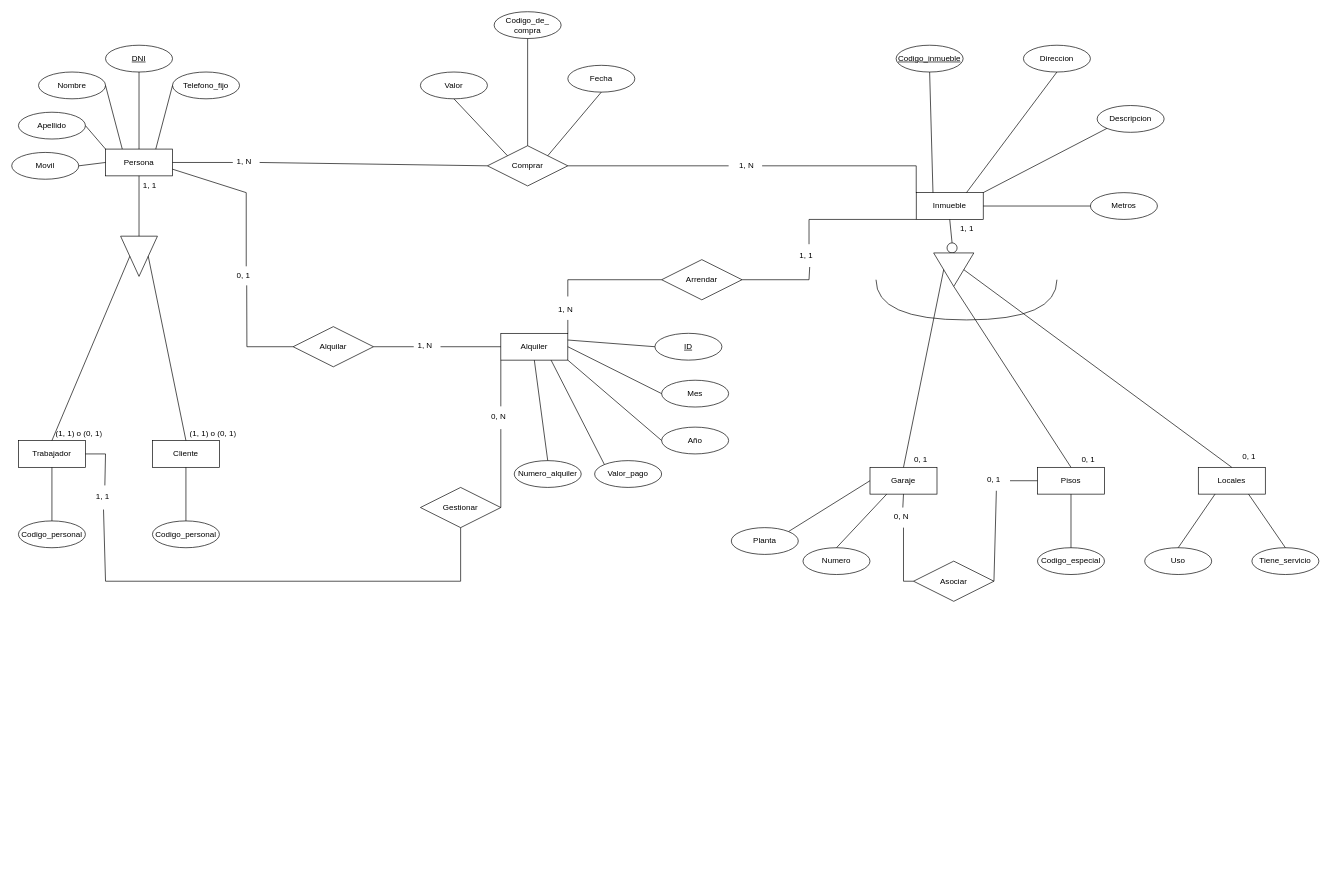
This is Actividad_18_C3_UD12.drawio from jordimall/jmg-tsys-ta12diagramasER-drawio-111023, a draw.io file, before an edit. Source tidied: cells renumbered, new cells numbered last; positions are measured from the earlier drawing's top-left corner, leaving out a move shared by most shapes. Both pictures are drawn from the tidied source at 67%, with x=0, y=0 at pixel (11, 11).
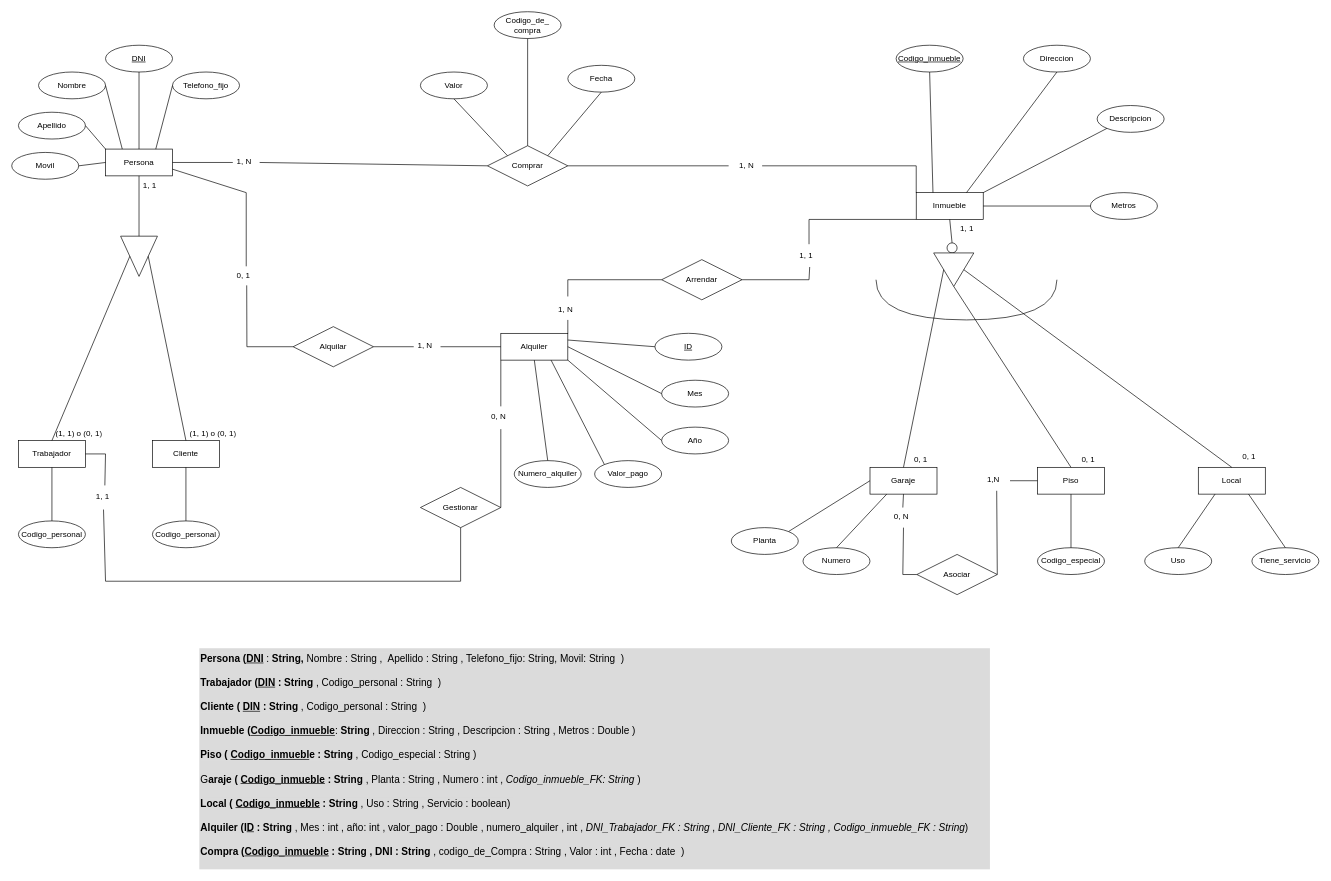
The same diagram, later.

Commit message:
Se añade modelo relacional.drawio

The change refers to these unchanged cells:
```xml
<mxCell id="100" value="0, N" style="text;strokeColor=none;fillColor=none;spacingLeft=4;spacingRight=4;overflow=hidden;points=[[0,0.5],[1,0.5]];portConstraint=eastwest;fontSize=12;whiteSpace=wrap;html=1;" parent="1" vertex="1">
  <mxGeometry x="1311" y="740" width="40" height="30" as="geometry" />
</mxCell>
```

Change to the diagram source:
```diff
@@
-    <mxCell id="3" value="Pisos" style="whiteSpace=wrap;html=1;align=center;" parent="1" vertex="1">
+    <mxCell id="3" value="Piso" style="whiteSpace=wrap;html=1;align=center;" parent="1" vertex="1">
       <mxGeometry x="1531" y="680" width="100" height="40" as="geometry" />
     </mxCell>
-    <mxCell id="4" value="Locales" style="whiteSpace=wrap;html=1;align=center;" parent="1" vertex="1">
+    <mxCell id="4" value="Local" style="whiteSpace=wrap;html=1;align=center;" parent="1" vertex="1">
       <mxGeometry x="1771" y="680" width="100" height="40" as="geometry" />
     </mxCell>
@@
     <mxCell id="97" value="Asociar" style="shape=rhombus;perimeter=rhombusPerimeter;whiteSpace=wrap;html=1;align=center;" parent="1" vertex="1">
-      <mxGeometry x="1346" y="820" width="120" height="60" as="geometry" />
+      <mxGeometry x="1351" y="810" width="120" height="60" as="geometry" />
     </mxCell>
@@
     <mxCell id="99" style="endArrow=none;html=1;rounded=0;exitX=0;exitY=0.5;exitDx=0;exitDy=0;entryX=0.5;entryY=1;entryDx=0;entryDy=0;" parent="1" edge="1" source="97" target="100">
       <mxGeometry relative="1" as="geometry">
         <Array as="points">
-          <mxPoint x="1331" y="850" />
+          <mxPoint x="1330" y="840" />
         </Array>
       </mxGeometry>
     </mxCell>
@@
-    <mxCell id="102" value="0, 1" style="text;strokeColor=none;fillColor=none;spacingLeft=4;spacingRight=4;overflow=hidden;points=[[0,0.5],[1,0.5]];portConstraint=eastwest;fontSize=12;whiteSpace=wrap;html=1;" parent="1" vertex="1">
+    <mxCell id="102" value="1,N" style="text;strokeColor=none;fillColor=none;spacingLeft=4;spacingRight=4;overflow=hidden;points=[[0,0.5],[1,0.5]];portConstraint=eastwest;fontSize=12;whiteSpace=wrap;html=1;" parent="1" vertex="1">
       <mxGeometry x="1450" y="685" width="40" height="30" as="geometry" />
     </mxCell>
@@
+    <mxCell id="111" value="&lt;div style=&quot;&quot;&gt;&lt;span style=&quot;background-color: rgb(219, 219, 219);&quot;&gt;&lt;font style=&quot;font-size: 15px;&quot;&gt;&lt;b&gt;Persona (&lt;u style=&quot;&quot;&gt;DNI&lt;/u&gt;&lt;/b&gt; :&lt;b&gt; String,&lt;/b&gt; Nombre : String ,&amp;nbsp; Apellido : String , Telefono_fijo: String, Movil: String&amp;nbsp; )&lt;/font&gt;&lt;/span&gt;&lt;/div&gt;&lt;div style=&quot;&quot;&gt;&lt;span style=&quot;background-color: rgb(219, 219, 219);&quot;&gt;&lt;font style=&quot;font-size: 15px;&quot;&gt;&lt;br style=&quot;&quot;&gt;&lt;/font&gt;&lt;/span&gt;&lt;/div&gt;&lt;div style=&quot;&quot;&gt;&lt;span style=&quot;background-color: rgb(219, 219, 219);&quot;&gt;&lt;font style=&quot;font-size: 15px;&quot;&gt;&lt;b&gt;Trabajador (&lt;u&gt;DIN&lt;/u&gt;&lt;/b&gt; &lt;b&gt;: String&lt;/b&gt; , Codigo_personal : String&amp;nbsp; )&lt;/font&gt;&lt;/span&gt;&lt;/div&gt;&lt;div style=&quot;&quot;&gt;&lt;span style=&quot;background-color: rgb(219, 219, 219);&quot;&gt;&lt;font style=&quot;font-size: 15px;&quot;&gt;&lt;br style=&quot;&quot;&gt;&lt;/font&gt;&lt;/span&gt;&lt;/div&gt;&lt;div style=&quot;&quot;&gt;&lt;span style=&quot;background-color: rgb(219, 219, 219);&quot;&gt;&lt;font style=&quot;font-size: 15px;&quot;&gt;&lt;b&gt;Cliente ( &lt;u&gt;DIN&lt;/u&gt;&lt;/b&gt; &lt;b&gt;: String&lt;/b&gt; , Codigo_personal : String&amp;nbsp; )&lt;/font&gt;&lt;/span&gt;&lt;/div&gt;&lt;div style=&quot;&quot;&gt;&lt;span style=&quot;background-color: rgb(219, 219, 219);&quot;&gt;&lt;font style=&quot;font-size: 15px;&quot;&gt;&lt;br style=&quot;&quot;&gt;&lt;/font&gt;&lt;/span&gt;&lt;/div&gt;&lt;div style=&quot;&quot;&gt;&lt;span style=&quot;background-color: rgb(219, 219, 219);&quot;&gt;&lt;font style=&quot;font-size: 15px;&quot;&gt;&lt;b&gt;Inmueble (&lt;u&gt;Codigo_inmueble&lt;/u&gt;&lt;/b&gt;: &lt;b&gt;String &lt;/b&gt;, Direccion : String , Descripcion : String , Metros : Double )&lt;/font&gt;&lt;/span&gt;&lt;/div&gt;&lt;div style=&quot;&quot;&gt;&lt;span style=&quot;background-color: rgb(219, 219, 219);&quot;&gt;&lt;font style=&quot;font-size: 15px;&quot;&gt;&lt;br style=&quot;&quot;&gt;&lt;/font&gt;&lt;/span&gt;&lt;/div&gt;&lt;div style=&quot;&quot;&gt;&lt;span style=&quot;background-color: rgb(219, 219, 219);&quot;&gt;&lt;font style=&quot;font-size: 15px;&quot;&gt;&lt;b&gt;Piso ( &lt;u&gt;Codigo_inmuebl&lt;/u&gt;e : String &lt;/b&gt;, Codigo_especial : String )&lt;/font&gt;&lt;/span&gt;&lt;/div&gt;&lt;div style=&quot;&quot;&gt;&lt;span style=&quot;background-color: rgb(219, 219, 219);&quot;&gt;&lt;font style=&quot;font-size: 15px;&quot;&gt;&lt;br style=&quot;&quot;&gt;&lt;/font&gt;&lt;/span&gt;&lt;/div&gt;&lt;div style=&quot;&quot;&gt;&lt;span style=&quot;background-color: rgb(219, 219, 219);&quot;&gt;&lt;font style=&quot;font-size: 15px;&quot;&gt;G&lt;b&gt;araje ( &lt;u&gt;Codigo_inmueble&lt;/u&gt; : String&lt;/b&gt; , Planta : String , Numero : int , &lt;i&gt;Codigo_inmueble_FK: String&lt;/i&gt; )&lt;/font&gt;&lt;/span&gt;&lt;/div&gt;&lt;div style=&quot;&quot;&gt;&lt;span style=&quot;background-color: rgb(219, 219, 219);&quot;&gt;&lt;font style=&quot;font-size: 15px;&quot;&gt;&lt;br style=&quot;&quot;&gt;&lt;/font&gt;&lt;/span&gt;&lt;/div&gt;&lt;div style=&quot;&quot;&gt;&lt;span style=&quot;background-color: rgb(219, 219, 219);&quot;&gt;&lt;font style=&quot;font-size: 15px;&quot;&gt;&lt;b&gt;Local ( &lt;u&gt;Codigo_inmueble&lt;/u&gt; : String&lt;/b&gt; , Uso : String , Servicio : boolean)&amp;nbsp;&lt;/font&gt;&lt;/span&gt;&lt;/div&gt;&lt;div style=&quot;&quot;&gt;&lt;span style=&quot;background-color: rgb(219, 219, 219);&quot;&gt;&lt;font style=&quot;font-size: 15px;&quot;&gt;&lt;br style=&quot;&quot;&gt;&lt;/font&gt;&lt;/span&gt;&lt;/div&gt;&lt;div style=&quot;&quot;&gt;&lt;span style=&quot;background-color: rgb(219, 219, 219);&quot;&gt;&lt;font style=&quot;font-size: 15px;&quot;&gt;&lt;b&gt;Alquiler (I&lt;u&gt;D&lt;/u&gt; : String &lt;/b&gt;, Mes : int , año: int , valor_pago : Double , numero_alquiler , int , &lt;i&gt;DNI_Trabajador_FK : String&lt;/i&gt; , &lt;i&gt;DNI_Cliente_FK : String , Codigo_inmueble_FK : String&lt;/i&gt;)&lt;/font&gt;&lt;/span&gt;&lt;/div&gt;&lt;div style=&quot;&quot;&gt;&lt;span style=&quot;background-color: rgb(219, 219, 219);&quot;&gt;&lt;font style=&quot;font-size: 15px;&quot;&gt;&lt;br&gt;&lt;/font&gt;&lt;/span&gt;&lt;/div&gt;&lt;div style=&quot;&quot;&gt;&lt;span style=&quot;background-color: rgb(219, 219, 219);&quot;&gt;&lt;font style=&quot;font-size: 15px;&quot;&gt;&lt;b&gt;Compra (&lt;u style=&quot;&quot;&gt;Codigo_inmueble&lt;/u&gt; : String&lt;/b&gt; &lt;b&gt;, DNI : String&lt;/b&gt; , codigo_de_Compra : String , Valor : int , Fecha : date&amp;nbsp; )&lt;/font&gt;&lt;/span&gt;&lt;/div&gt;" style="text;html=1;strokeColor=none;fillColor=#dbdbdb;align=left;verticalAlign=top;whiteSpace=wrap;rounded=0;fontSize=15;" parent="1" vertex="1">
+      <mxGeometry x="280" y="950" width="1180" height="330" as="geometry" />
+    </mxCell>
```
